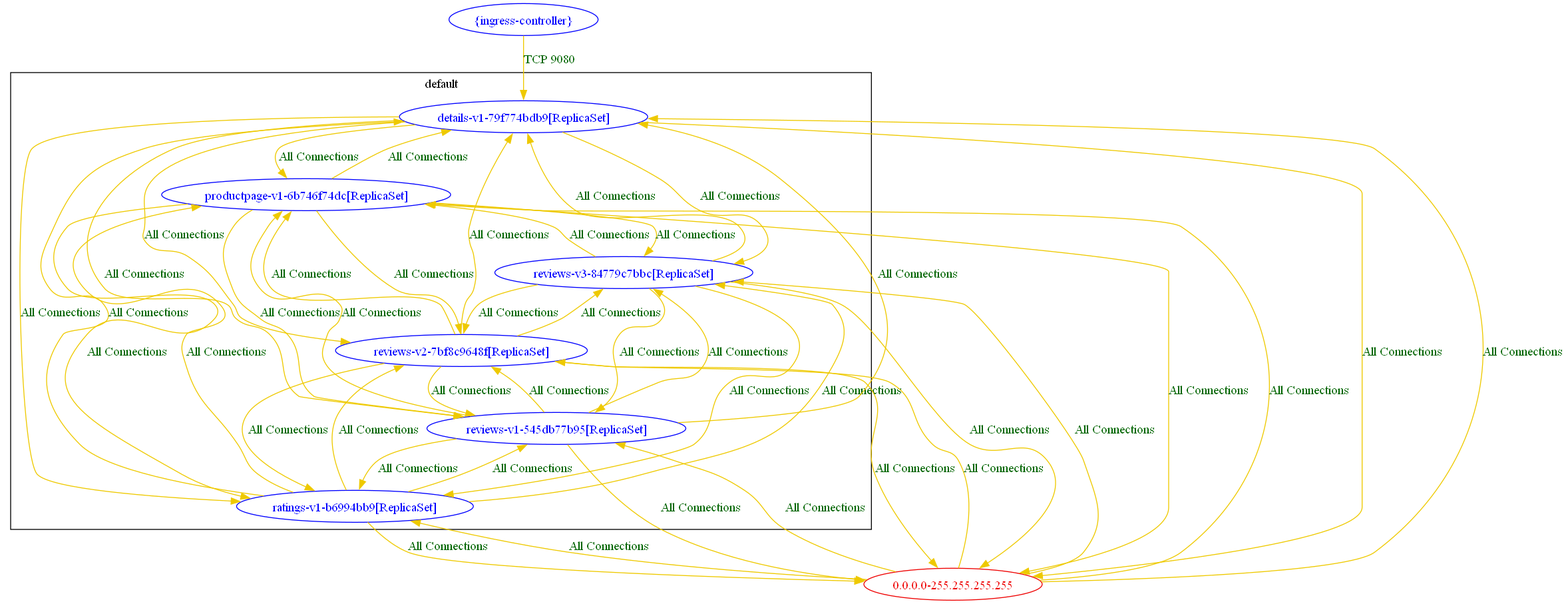
Before: test_outputs/connlist/k8s_ingress_test_connlist_output.dot.png, a diagram exported from Graphviz (np-guard/netpol-analyzer). Its source is kept beside it as test_outputs/connlist/k8s_ingress_test_connlist_output.dot.
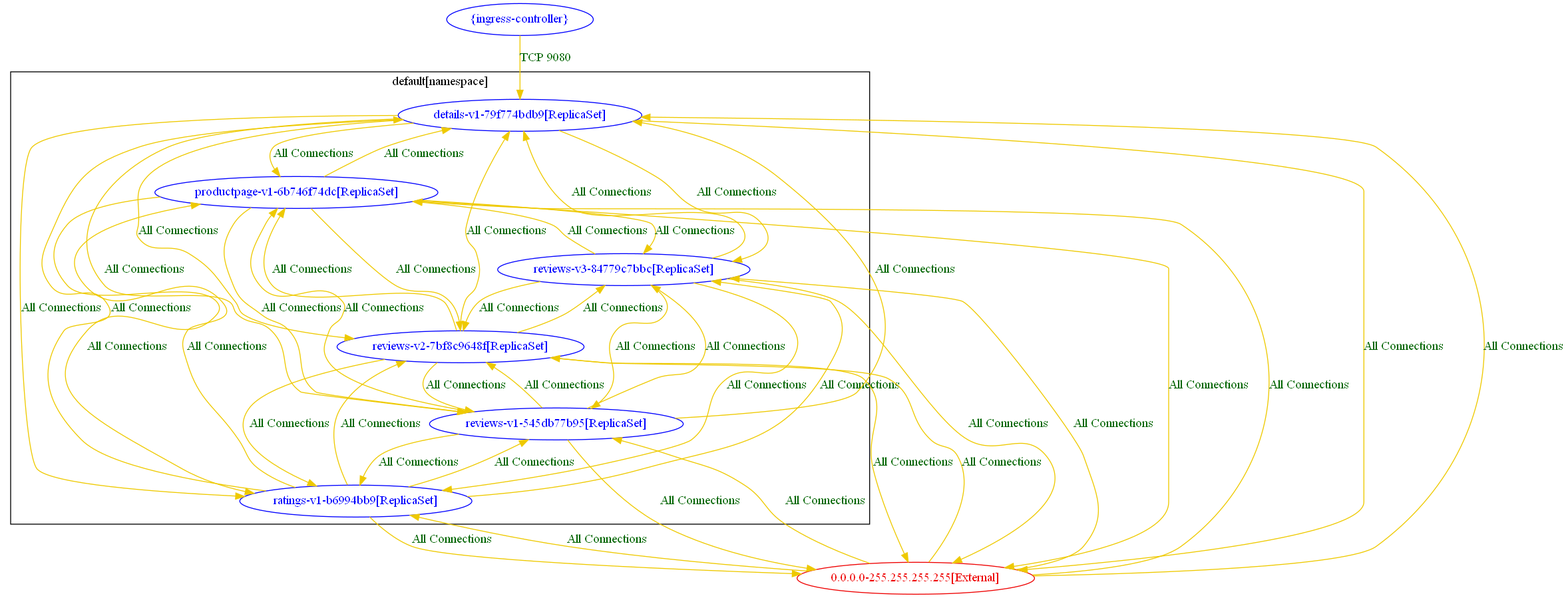
The same diagram one commit later.

The edit, as a diff of the source:
```diff
@@ -1,5 +1,5 @@
 digraph {
-	subgraph "cluster_default" {
+	subgraph "cluster_default[namespace]" {
 		color="black"
 		fontcolor="black"
 		"default/details-v1-79f774bdb9[ReplicaSet]" [label="details-v1-79f774bdb9[ReplicaSet]" color="blue" fontcolor="blue"]
@@ -8,47 +8,47 @@
 		"default/reviews-v1-545db77b95[ReplicaSet]" [label="reviews-v1-545db77b95[ReplicaSet]" color="blue" fontcolor="blue"]
 		"default/reviews-v2-7bf8c9648f[ReplicaSet]" [label="reviews-v2-7bf8c9648f[ReplicaSet]" color="blue" fontcolor="blue"]
 		"default/reviews-v3-84779c7bbc[ReplicaSet]" [label="reviews-v3-84779c7bbc[ReplicaSet]" color="blue" fontcolor="blue"]
-		label="default"
+		label="default[namespace]"
 	}
-	"0.0.0.0-255.255.255.255" [label="0.0.0.0-255.255.255.255" color="red2" fontcolor="red2"]
+	"0.0.0.0-255.255.255.255[External]" [label="0.0.0.0-255.255.255.255[External]" color="red2" fontcolor="red2"]
 	"{ingress-controller}" [label="{ingress-controller}" color="blue" fontcolor="blue"]
-	"0.0.0.0-255.255.255.255" -> "default/details-v1-79f774bdb9[ReplicaSet]" [label="All Connections" color="gold2" fontcolor="darkgreen" weight=0.5]
-	"0.0.0.0-255.255.255.255" -> "default/productpage-v1-6b746f74dc[ReplicaSet]" [label="All Connections" color="gold2" fontcolor="darkgreen" weight=0.5]
-	"0.0.0.0-255.255.255.255" -> "default/ratings-v1-b6994bb9[ReplicaSet]" [label="All Connections" color="gold2" fontcolor="darkgreen" weight=0.5]
-	"0.0.0.0-255.255.255.255" -> "default/reviews-v1-545db77b95[ReplicaSet]" [label="All Connections" color="gold2" fontcolor="darkgreen" weight=0.5]
-	"0.0.0.0-255.255.255.255" -> "default/reviews-v2-7bf8c9648f[ReplicaSet]" [label="All Connections" color="gold2" fontcolor="darkgreen" weight=0.5]
-	"0.0.0.0-255.255.255.255" -> "default/reviews-v3-84779c7bbc[ReplicaSet]" [label="All Connections" color="gold2" fontcolor="darkgreen" weight=0.5]
-	"default/details-v1-79f774bdb9[ReplicaSet]" -> "0.0.0.0-255.255.255.255" [label="All Connections" color="gold2" fontcolor="darkgreen" weight=1]
+	"0.0.0.0-255.255.255.255[External]" -> "default/details-v1-79f774bdb9[ReplicaSet]" [label="All Connections" color="gold2" fontcolor="darkgreen" weight=0.5]
+	"0.0.0.0-255.255.255.255[External]" -> "default/productpage-v1-6b746f74dc[ReplicaSet]" [label="All Connections" color="gold2" fontcolor="darkgreen" weight=0.5]
+	"0.0.0.0-255.255.255.255[External]" -> "default/ratings-v1-b6994bb9[ReplicaSet]" [label="All Connections" color="gold2" fontcolor="darkgreen" weight=0.5]
+	"0.0.0.0-255.255.255.255[External]" -> "default/reviews-v1-545db77b95[ReplicaSet]" [label="All Connections" color="gold2" fontcolor="darkgreen" weight=0.5]
+	"0.0.0.0-255.255.255.255[External]" -> "default/reviews-v2-7bf8c9648f[ReplicaSet]" [label="All Connections" color="gold2" fontcolor="darkgreen" weight=0.5]
+	"0.0.0.0-255.255.255.255[External]" -> "default/reviews-v3-84779c7bbc[ReplicaSet]" [label="All Connections" color="gold2" fontcolor="darkgreen" weight=0.5]
+	"default/details-v1-79f774bdb9[ReplicaSet]" -> "0.0.0.0-255.255.255.255[External]" [label="All Connections" color="gold2" fontcolor="darkgreen" weight=1]
 	"default/details-v1-79f774bdb9[ReplicaSet]" -> "default/productpage-v1-6b746f74dc[ReplicaSet]" [label="All Connections" color="gold2" fontcolor="darkgreen" weight=0.5]
 	"default/details-v1-79f774bdb9[ReplicaSet]" -> "default/ratings-v1-b6994bb9[ReplicaSet]" [label="All Connections" color="gold2" fontcolor="darkgreen" weight=0.5]
 	"default/details-v1-79f774bdb9[ReplicaSet]" -> "default/reviews-v1-545db77b95[ReplicaSet]" [label="All Connections" color="gold2" fontcolor="darkgreen" weight=0.5]
 	"default/details-v1-79f774bdb9[ReplicaSet]" -> "default/reviews-v2-7bf8c9648f[ReplicaSet]" [label="All Connections" color="gold2" fontcolor="darkgreen" weight=0.5]
 	"default/details-v1-79f774bdb9[ReplicaSet]" -> "default/reviews-v3-84779c7bbc[ReplicaSet]" [label="All Connections" color="gold2" fontcolor="darkgreen" weight=0.5]
-	"default/productpage-v1-6b746f74dc[ReplicaSet]" -> "0.0.0.0-255.255.255.255" [label="All Connections" color="gold2" fontcolor="darkgreen" weight=1]
+	"default/productpage-v1-6b746f74dc[ReplicaSet]" -> "0.0.0.0-255.255.255.255[External]" [label="All Connections" color="gold2" fontcolor="darkgreen" weight=1]
 	"default/productpage-v1-6b746f74dc[ReplicaSet]" -> "default/details-v1-79f774bdb9[ReplicaSet]" [label="All Connections" color="gold2" fontcolor="darkgreen" weight=1]
 	"default/productpage-v1-6b746f74dc[ReplicaSet]" -> "default/ratings-v1-b6994bb9[ReplicaSet]" [label="All Connections" color="gold2" fontcolor="darkgreen" weight=0.5]
 	"default/productpage-v1-6b746f74dc[ReplicaSet]" -> "default/reviews-v1-545db77b95[ReplicaSet]" [label="All Connections" color="gold2" fontcolor="darkgreen" weight=0.5]
 	"default/productpage-v1-6b746f74dc[ReplicaSet]" -> "default/reviews-v2-7bf8c9648f[ReplicaSet]" [label="All Connections" color="gold2" fontcolor="darkgreen" weight=0.5]
 	"default/productpage-v1-6b746f74dc[ReplicaSet]" -> "default/reviews-v3-84779c7bbc[ReplicaSet]" [label="All Connections" color="gold2" fontcolor="darkgreen" weight=0.5]
-	"default/ratings-v1-b6994bb9[ReplicaSet]" -> "0.0.0.0-255.255.255.255" [label="All Connections" color="gold2" fontcolor="darkgreen" weight=1]
+	"default/ratings-v1-b6994bb9[ReplicaSet]" -> "0.0.0.0-255.255.255.255[External]" [label="All Connections" color="gold2" fontcolor="darkgreen" weight=1]
 	"default/ratings-v1-b6994bb9[ReplicaSet]" -> "default/details-v1-79f774bdb9[ReplicaSet]" [label="All Connections" color="gold2" fontcolor="darkgreen" weight=1]
 	"default/ratings-v1-b6994bb9[ReplicaSet]" -> "default/productpage-v1-6b746f74dc[ReplicaSet]" [label="All Connections" color="gold2" fontcolor="darkgreen" weight=1]
 	"default/ratings-v1-b6994bb9[ReplicaSet]" -> "default/reviews-v1-545db77b95[ReplicaSet]" [label="All Connections" color="gold2" fontcolor="darkgreen" weight=0.5]
 	"default/ratings-v1-b6994bb9[ReplicaSet]" -> "default/reviews-v2-7bf8c9648f[ReplicaSet]" [label="All Connections" color="gold2" fontcolor="darkgreen" weight=0.5]
 	"default/ratings-v1-b6994bb9[ReplicaSet]" -> "default/reviews-v3-84779c7bbc[ReplicaSet]" [label="All Connections" color="gold2" fontcolor="darkgreen" weight=0.5]
-	"default/reviews-v1-545db77b95[ReplicaSet]" -> "0.0.0.0-255.255.255.255" [label="All Connections" color="gold2" fontcolor="darkgreen" weight=1]
+	"default/reviews-v1-545db77b95[ReplicaSet]" -> "0.0.0.0-255.255.255.255[External]" [label="All Connections" color="gold2" fontcolor="darkgreen" weight=1]
 	"default/reviews-v1-545db77b95[ReplicaSet]" -> "default/details-v1-79f774bdb9[ReplicaSet]" [label="All Connections" color="gold2" fontcolor="darkgreen" weight=1]
 	"default/reviews-v1-545db77b95[ReplicaSet]" -> "default/productpage-v1-6b746f74dc[ReplicaSet]" [label="All Connections" color="gold2" fontcolor="darkgreen" weight=1]
 	"default/reviews-v1-545db77b95[ReplicaSet]" -> "default/ratings-v1-b6994bb9[ReplicaSet]" [label="All Connections" color="gold2" fontcolor="darkgreen" weight=1]
 	"default/reviews-v1-545db77b95[ReplicaSet]" -> "default/reviews-v2-7bf8c9648f[ReplicaSet]" [label="All Connections" color="gold2" fontcolor="darkgreen" weight=0.5]
 	"default/reviews-v1-545db77b95[ReplicaSet]" -> "default/reviews-v3-84779c7bbc[ReplicaSet]" [label="All Connections" color="gold2" fontcolor="darkgreen" weight=0.5]
-	"default/reviews-v2-7bf8c9648f[ReplicaSet]" -> "0.0.0.0-255.255.255.255" [label="All Connections" color="gold2" fontcolor="darkgreen" weight=1]
+	"default/reviews-v2-7bf8c9648f[ReplicaSet]" -> "0.0.0.0-255.255.255.255[External]" [label="All Connections" color="gold2" fontcolor="darkgreen" weight=1]
 	"default/reviews-v2-7bf8c9648f[ReplicaSet]" -> "default/details-v1-79f774bdb9[ReplicaSet]" [label="All Connections" color="gold2" fontcolor="darkgreen" weight=1]
 	"default/reviews-v2-7bf8c9648f[ReplicaSet]" -> "default/productpage-v1-6b746f74dc[ReplicaSet]" [label="All Connections" color="gold2" fontcolor="darkgreen" weight=1]
 	"default/reviews-v2-7bf8c9648f[ReplicaSet]" -> "default/ratings-v1-b6994bb9[ReplicaSet]" [label="All Connections" color="gold2" fontcolor="darkgreen" weight=1]
 	"default/reviews-v2-7bf8c9648f[ReplicaSet]" -> "default/reviews-v1-545db77b95[ReplicaSet]" [label="All Connections" color="gold2" fontcolor="darkgreen" weight=1]
 	"default/reviews-v2-7bf8c9648f[ReplicaSet]" -> "default/reviews-v3-84779c7bbc[ReplicaSet]" [label="All Connections" color="gold2" fontcolor="darkgreen" weight=0.5]
-	"default/reviews-v3-84779c7bbc[ReplicaSet]" -> "0.0.0.0-255.255.255.255" [label="All Connections" color="gold2" fontcolor="darkgreen" weight=1]
+	"default/reviews-v3-84779c7bbc[ReplicaSet]" -> "0.0.0.0-255.255.255.255[External]" [label="All Connections" color="gold2" fontcolor="darkgreen" weight=1]
 	"default/reviews-v3-84779c7bbc[ReplicaSet]" -> "default/details-v1-79f774bdb9[ReplicaSet]" [label="All Connections" color="gold2" fontcolor="darkgreen" weight=1]
 	"default/reviews-v3-84779c7bbc[ReplicaSet]" -> "default/productpage-v1-6b746f74dc[ReplicaSet]" [label="All Connections" color="gold2" fontcolor="darkgreen" weight=1]
 	"default/reviews-v3-84779c7bbc[ReplicaSet]" -> "default/ratings-v1-b6994bb9[ReplicaSet]" [label="All Connections" color="gold2" fontcolor="darkgreen" weight=1]
```
